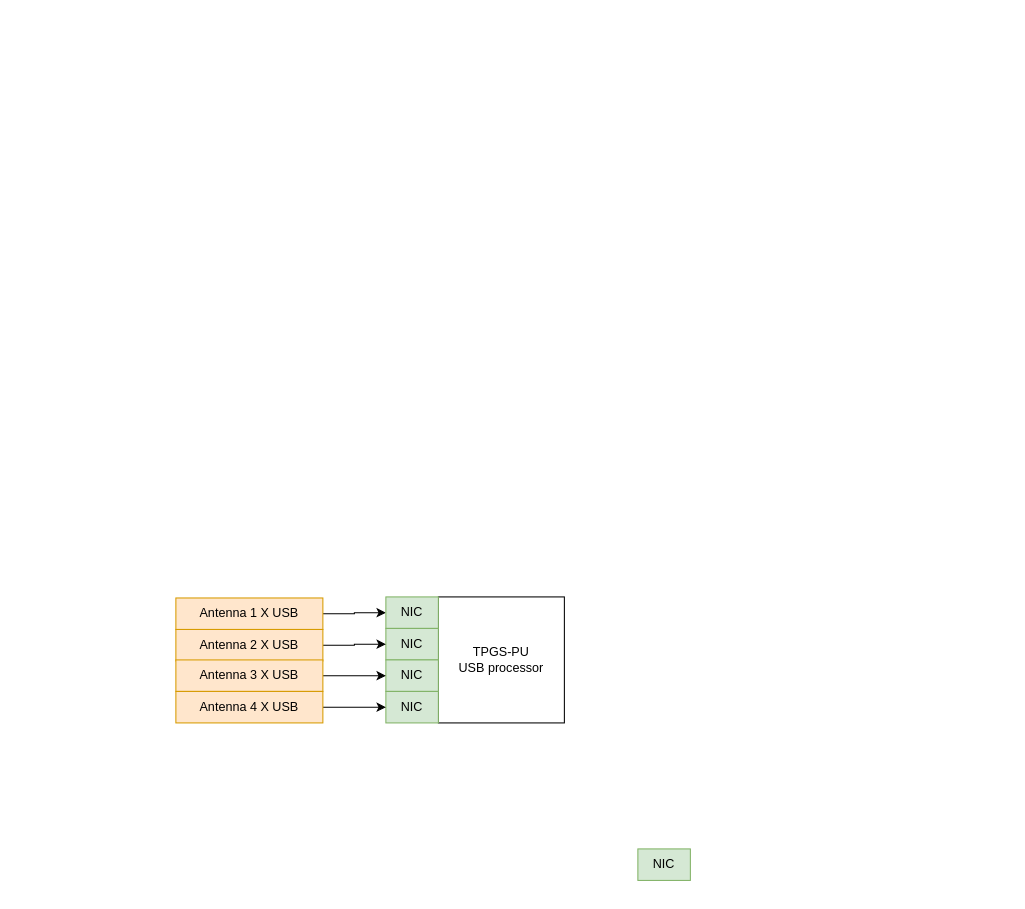
Above: TPGS-PU.drawio in buena-pan/NAOJ_examples (draw.io), before the change. Source tidied: cells renumbered, new cells numbered last; positions are measured from the earlier drawing's top-left corner, leaving out a move shared by most shapes. Both pictures are drawn from the tidied source at 105%, with x=0, y=0 at pixel (175, 596).
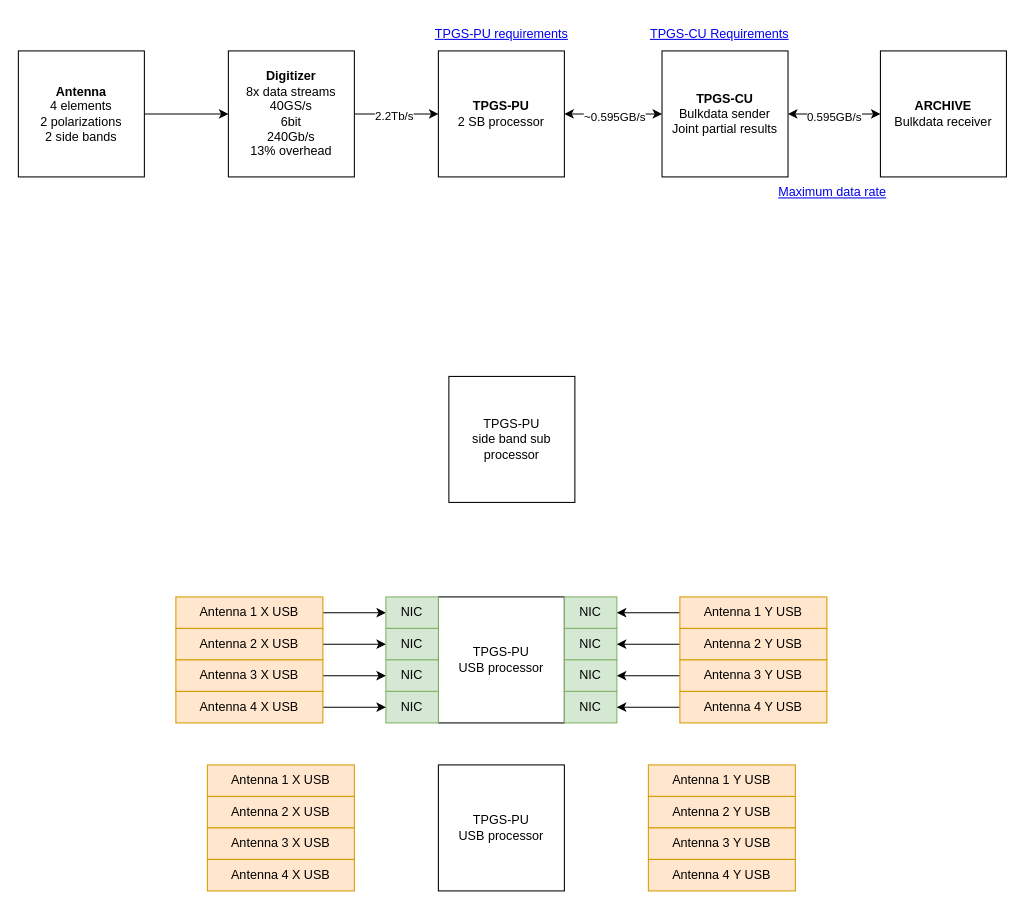
After the change.

What changed in the source:
```diff
@@
     <mxCell id="4" value="Antenna 1 X USB" style="rounded=0;whiteSpace=wrap;html=1;fillColor=#ffe6cc;strokeColor=#d79b00;" parent="1" vertex="1">
-      <mxGeometry y="1" width="140" height="30" as="geometry" />
+      <mxGeometry width="140" height="30" as="geometry" />
     </mxCell>
@@
-    <mxCell id="9" value="NIC" style="rounded=0;whiteSpace=wrap;html=1;fillColor=#d5e8d4;strokeColor=#82b366;" parent="1" vertex="1">
-      <mxGeometry x="440" y="240" width="50" height="30" as="geometry" />
-    </mxCell>
@@
     <mxCell id="11" value="Antenna 2 X USB" style="rounded=0;whiteSpace=wrap;html=1;fillColor=#ffe6cc;strokeColor=#d79b00;" parent="1" vertex="1">
-      <mxGeometry y="31" width="140" height="30" as="geometry" />
+      <mxGeometry y="30" width="140" height="30" as="geometry" />
     </mxCell>
@@
+    <mxCell id="16" value="NIC" style="rounded=0;whiteSpace=wrap;html=1;fillColor=#d5e8d4;strokeColor=#82b366;" parent="1" vertex="1">
+      <mxGeometry x="370" width="50" height="30" as="geometry" />
+    </mxCell>
+    <mxCell id="17" value="NIC" style="rounded=0;whiteSpace=wrap;html=1;fillColor=#d5e8d4;strokeColor=#82b366;" parent="1" vertex="1">
+      <mxGeometry x="370" y="30" width="50" height="30" as="geometry" />
+    </mxCell>
+    <mxCell id="18" value="NIC" style="rounded=0;whiteSpace=wrap;html=1;fillColor=#d5e8d4;strokeColor=#82b366;" parent="1" vertex="1">
+      <mxGeometry x="370" y="60" width="50" height="30" as="geometry" />
+    </mxCell>
+    <mxCell id="19" value="NIC" style="rounded=0;whiteSpace=wrap;html=1;fillColor=#d5e8d4;strokeColor=#82b366;" parent="1" vertex="1">
+      <mxGeometry x="370" y="90" width="50" height="30" as="geometry" />
+    </mxCell>
+    <mxCell id="20" style="edgeStyle=orthogonalEdgeStyle;rounded=0;jettySize=auto;html=1;" parent="1" edge="1" source="21" target="16">
+      <mxGeometry relative="1" as="geometry" />
+    </mxCell>
+    <mxCell id="21" value="Antenna 1 Y USB" style="rounded=0;whiteSpace=wrap;html=1;fillColor=#ffe6cc;strokeColor=#d79b00;" parent="1" vertex="1">
+      <mxGeometry x="480" width="140" height="30" as="geometry" />
+    </mxCell>
+    <mxCell id="22" style="edgeStyle=orthogonalEdgeStyle;rounded=0;jettySize=auto;html=1;" parent="1" edge="1" source="23" target="17">
+      <mxGeometry relative="1" as="geometry" />
+    </mxCell>
+    <mxCell id="23" value="Antenna 2 Y USB" style="rounded=0;whiteSpace=wrap;html=1;fillColor=#ffe6cc;strokeColor=#d79b00;" parent="1" vertex="1">
+      <mxGeometry x="480" y="30" width="140" height="30" as="geometry" />
+    </mxCell>
+    <mxCell id="24" style="edgeStyle=orthogonalEdgeStyle;rounded=0;jettySize=auto;html=1;" parent="1" edge="1" source="25" target="18">
+      <mxGeometry relative="1" as="geometry" />
+    </mxCell>
+    <mxCell id="25" value="Antenna 3 Y USB" style="rounded=0;whiteSpace=wrap;html=1;fillColor=#ffe6cc;strokeColor=#d79b00;" parent="1" vertex="1">
+      <mxGeometry x="480" y="60" width="140" height="30" as="geometry" />
+    </mxCell>
+    <mxCell id="26" style="edgeStyle=orthogonalEdgeStyle;rounded=0;jettySize=auto;html=1;" parent="1" edge="1" source="27" target="19">
+      <mxGeometry relative="1" as="geometry" />
+    </mxCell>
+    <mxCell id="27" value="Antenna 4 Y USB" style="rounded=0;whiteSpace=wrap;html=1;fillColor=#ffe6cc;strokeColor=#d79b00;" parent="1" vertex="1">
+      <mxGeometry x="480" y="90" width="140" height="30" as="geometry" />
+    </mxCell>
+    <mxCell id="28" value="TPGS-PU&lt;div&gt;USB processor&lt;/div&gt;" style="whiteSpace=wrap;html=1;" parent="1" vertex="1">
+      <mxGeometry x="250" y="160" width="120" height="120" as="geometry" />
+    </mxCell>
+    <mxCell id="29" value="Antenna 1 X USB" style="rounded=0;whiteSpace=wrap;html=1;fillColor=#ffe6cc;strokeColor=#d79b00;" parent="1" vertex="1">
+      <mxGeometry x="30" y="160" width="140" height="30" as="geometry" />
+    </mxCell>
+    <mxCell id="30" value="Antenna 2 X USB" style="rounded=0;whiteSpace=wrap;html=1;fillColor=#ffe6cc;strokeColor=#d79b00;" parent="1" vertex="1">
+      <mxGeometry x="30" y="190" width="140" height="30" as="geometry" />
+    </mxCell>
+    <mxCell id="31" value="Antenna 3 X USB" style="rounded=0;whiteSpace=wrap;html=1;fillColor=#ffe6cc;strokeColor=#d79b00;" parent="1" vertex="1">
+      <mxGeometry x="30" y="220" width="140" height="30" as="geometry" />
+    </mxCell>
+    <mxCell id="32" value="Antenna 4 X USB" style="rounded=0;whiteSpace=wrap;html=1;fillColor=#ffe6cc;strokeColor=#d79b00;" parent="1" vertex="1">
+      <mxGeometry x="30" y="250" width="140" height="30" as="geometry" />
+    </mxCell>
+    <mxCell id="33" value="Antenna 1 Y USB" style="rounded=0;whiteSpace=wrap;html=1;fillColor=#ffe6cc;strokeColor=#d79b00;" parent="1" vertex="1">
+      <mxGeometry x="450" y="160" width="140" height="30" as="geometry" />
+    </mxCell>
+    <mxCell id="34" value="Antenna 2 Y USB" style="rounded=0;whiteSpace=wrap;html=1;fillColor=#ffe6cc;strokeColor=#d79b00;" parent="1" vertex="1">
+      <mxGeometry x="450" y="190" width="140" height="30" as="geometry" />
+    </mxCell>
+    <mxCell id="35" value="Antenna 3 Y USB" style="rounded=0;whiteSpace=wrap;html=1;fillColor=#ffe6cc;strokeColor=#d79b00;" parent="1" vertex="1">
+      <mxGeometry x="450" y="220" width="140" height="30" as="geometry" />
+    </mxCell>
+    <mxCell id="36" value="Antenna 4 Y USB" style="rounded=0;whiteSpace=wrap;html=1;fillColor=#ffe6cc;strokeColor=#d79b00;" parent="1" vertex="1">
+      <mxGeometry x="450" y="250" width="140" height="30" as="geometry" />
+    </mxCell>
+    <mxCell id="37" value="TPGS-PU&lt;div&gt;side band sub processor&lt;/div&gt;" style="whiteSpace=wrap;html=1;" parent="1" vertex="1">
+      <mxGeometry x="260" y="-210" width="120" height="120" as="geometry" />
+    </mxCell>
+    <mxCell id="38" style="edgeStyle=orthogonalEdgeStyle;rounded=0;jettySize=auto;html=1;startArrow=classic;startFill=1;" parent="1" edge="1" source="40" target="43">
+      <mxGeometry relative="1" as="geometry" />
+    </mxCell>
+    <mxCell id="39" value="~0.595GB/s" style="edgeLabel;html=1;align=center;verticalAlign=middle;" parent="38" vertex="1">
+      <mxGeometry x="0.03" y="-2" relative="1" as="geometry">
+        <mxPoint x="-1" as="offset" />
+      </mxGeometry>
+    </mxCell>
+    <mxCell id="40" value="&lt;b&gt;TPGS-PU&lt;/b&gt;&lt;div&gt;2 SB processor&lt;/div&gt;" style="whiteSpace=wrap;html=1;" parent="1" vertex="1">
+      <mxGeometry x="250" y="-520" width="120" height="120" as="geometry" />
+    </mxCell>
+    <mxCell id="41" style="edgeStyle=orthogonalEdgeStyle;rounded=0;jettySize=auto;html=1;startArrow=classic;startFill=1;" parent="1" edge="1" source="43" target="49">
+      <mxGeometry relative="1" as="geometry" />
+    </mxCell>
+    <mxCell id="42" value="0.595GB/s" style="edgeLabel;html=1;align=center;verticalAlign=middle;" parent="41" vertex="1">
+      <mxGeometry x="-0.02" y="-2" relative="1" as="geometry" />
+    </mxCell>
+    <mxCell id="43" value="&lt;b&gt;TPGS-CU&lt;/b&gt;&lt;div&gt;Bulkdata sender&lt;br&gt;&lt;div&gt;Joint partial results&lt;/div&gt;&lt;/div&gt;" style="whiteSpace=wrap;html=1;" parent="1" vertex="1">
+      <mxGeometry x="463" y="-520" width="120" height="120" as="geometry" />
+    </mxCell>
+    <mxCell id="44" style="edgeStyle=orthogonalEdgeStyle;rounded=0;jettySize=auto;html=1;" parent="1" edge="1" source="45" target="48">
+      <mxGeometry relative="1" as="geometry" />
+    </mxCell>
+    <mxCell id="45" value="&lt;b&gt;Antenna&lt;/b&gt;&lt;div&gt;4 elements&lt;/div&gt;&lt;div&gt;2 polarizations&lt;/div&gt;&lt;div&gt;2 side bands&lt;/div&gt;" style="whiteSpace=wrap;html=1;" parent="1" vertex="1">
+      <mxGeometry x="-150" y="-520" width="120" height="120" as="geometry" />
+    </mxCell>
+    <mxCell id="46" style="edgeStyle=orthogonalEdgeStyle;rounded=0;jettySize=auto;html=1;" parent="1" edge="1" source="48" target="40">
+      <mxGeometry relative="1" as="geometry" />
+    </mxCell>
+    <mxCell id="47" value="2.2Tb/s" style="edgeLabel;html=1;align=center;verticalAlign=middle;" parent="46" vertex="1">
+      <mxGeometry x="-0.08" y="-1" relative="1" as="geometry" />
+    </mxCell>
+    <mxCell id="48" value="&lt;b&gt;Digitizer&lt;/b&gt;&lt;div&gt;8x data streams&lt;/div&gt;&lt;div&gt;40GS/s&lt;/div&gt;&lt;div&gt;6bit&lt;/div&gt;&lt;div&gt;240Gb/s&lt;/div&gt;&lt;div&gt;13% overhead&lt;/div&gt;" style="whiteSpace=wrap;html=1;" parent="1" vertex="1">
+      <mxGeometry x="50" y="-520" width="120" height="120" as="geometry" />
+    </mxCell>
+    <mxCell id="49" value="&lt;b&gt;ARCHIVE&lt;/b&gt;&lt;div&gt;Bulkdata receiver&lt;/div&gt;" style="whiteSpace=wrap;html=1;" parent="1" vertex="1">
+      <mxGeometry x="671" y="-520" width="120" height="120" as="geometry" />
+    </mxCell>
+    <mxCell id="50" value="&lt;a href=&quot;https://almaobservatory.jamacloud.com/perspective.req#/items/30319?projectId=71&quot;&gt;Maximum data rate&lt;/a&gt;" style="text;html=1;align=center;verticalAlign=middle;strokeColor=none;fillColor=none;" parent="1" vertex="1">
+      <mxGeometry x="560" y="-400" width="130" height="30" as="geometry" />
+    </mxCell>
+    <mxCell id="51" value="&lt;a href=&quot;https://confluence.alma.cl/display/ACAS/TPGS-CU+Requirements&quot;&gt;TPGS-CU Requirements&lt;/a&gt;" style="text;whiteSpace=wrap;html=1;" parent="1" vertex="1">
+      <mxGeometry x="450" y="-550" width="150" height="40" as="geometry" />
+    </mxCell>
+    <mxCell id="52" value="&lt;a href=&quot;https://confluence.alma.cl/display/ACAS/TPGS-PU+requirements&quot;&gt;TPGS-PU requirements&lt;/a&gt;" style="text;html=1;align=center;verticalAlign=middle;strokeColor=none;fillColor=none;" parent="1" vertex="1">
+      <mxGeometry x="235" y="-551" width="150" height="30" as="geometry" />
+    </mxCell>
```
